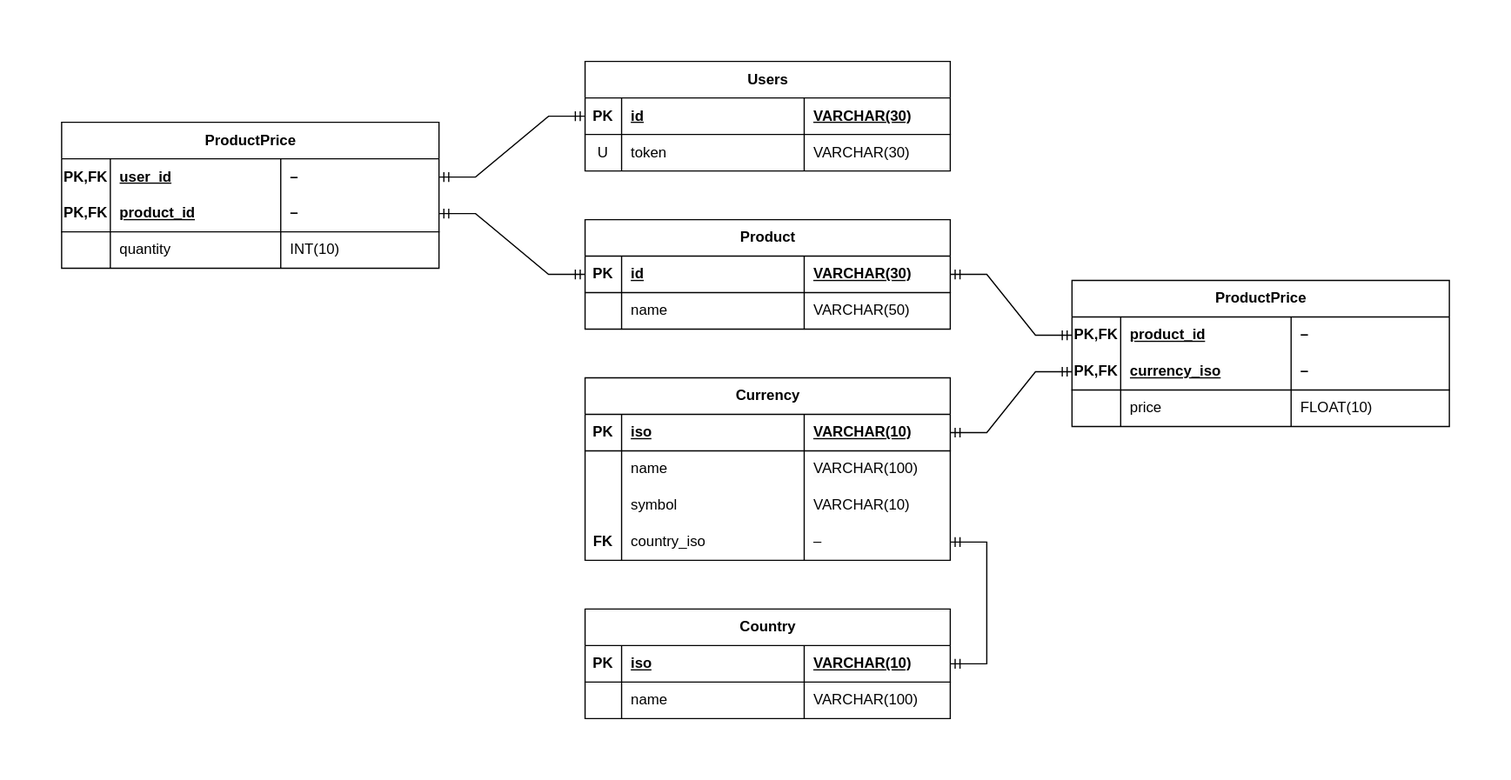
This is doc/resources/erd-database.drawio.svg from israel-meiresonne/e-shop-1-backend, a draw.io export, as it was before one commit. Source tidied: cells renumbered, new cells last; positions are measured from the earlier drawing's top-left corner, leaving out a move shared by most shapes.
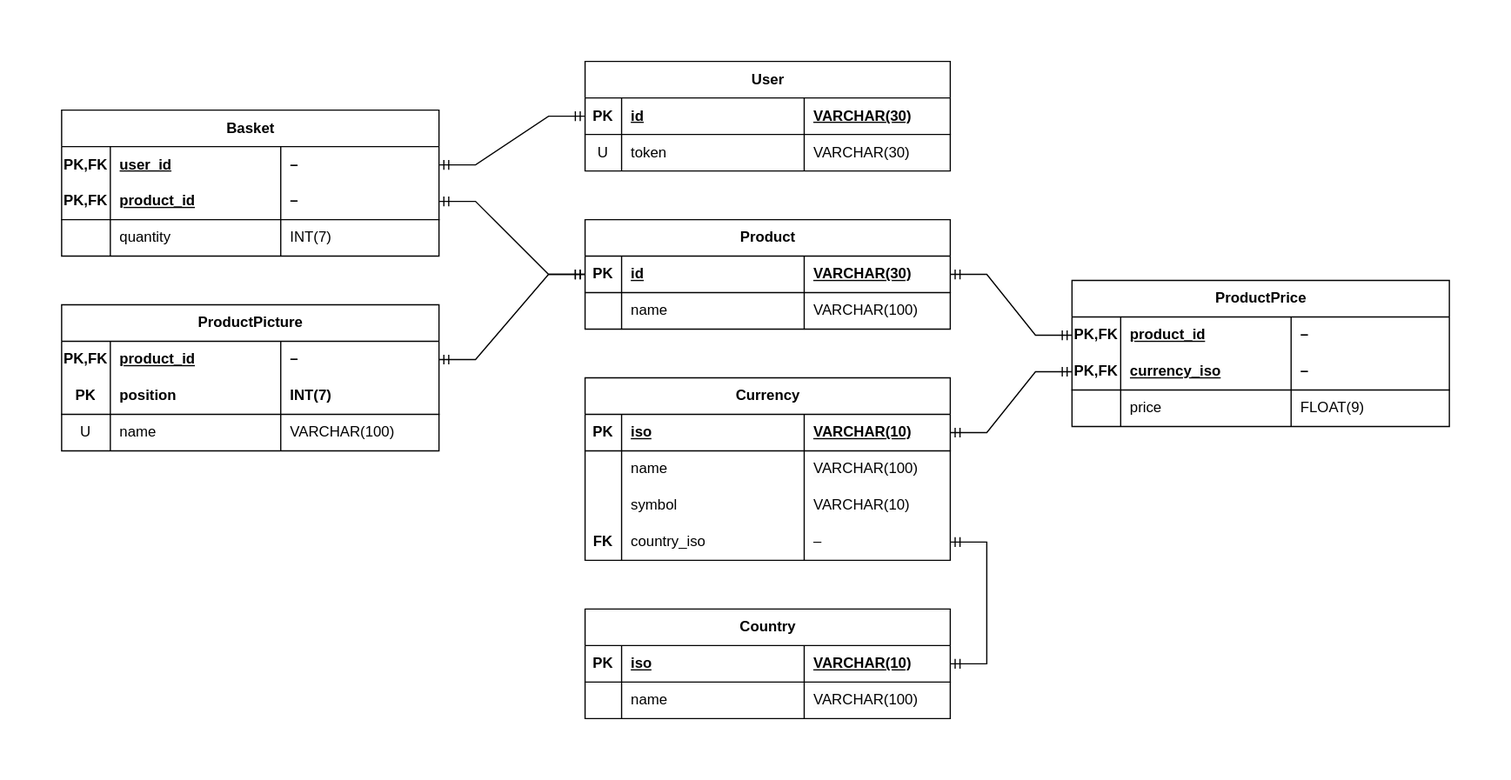
After the change.

Commit message:
doc: add picture for products in class and erd diagrams

The edit, as a diff of the source:
```diff
@@ -2,7 +2,7 @@
   <root>
     <mxCell id="0" />
     <mxCell id="1" parent="0" />
-    <mxCell id="2" value="Users" style="shape=table;startSize=30;rowLines=0;fontStyle=1;align=center;html=1;" parent="1" vertex="1">
+    <mxCell id="2" value="User" style="shape=table;startSize=30;rowLines=0;fontStyle=1;align=center;html=1;" parent="1" vertex="1">
       <mxGeometry x="430" width="300" height="90" as="geometry" />
     </mxCell>
     <mxCell id="3" style="shape=tableRow;horizontal=0;startSize=0;swimlaneHead=0;swimlaneBody=0;fillColor=none;points=[[0,0.5],[1,0.5]];portConstraint=eastwest;top=0;left=0;right=0;bottom=1;" parent="2" vertex="1">
@@ -53,7 +53,7 @@
     <mxCell id="18" value="name" style="shape=partialRectangle;fillColor=none;top=0;left=0;bottom=0;right=0;align=left;spacingLeft=6;overflow=hidden;whiteSpace=wrap;html=1;" parent="16" vertex="1">
       <mxGeometry x="30" width="150" height="30" as="geometry" />
     </mxCell>
-    <mxCell id="19" value="VARCHAR(50)" style="shape=partialRectangle;fillColor=none;top=0;left=0;bottom=0;right=0;align=left;spacingLeft=6;overflow=hidden;whiteSpace=wrap;html=1;" parent="16" vertex="1">
+    <mxCell id="19" value="VARCHAR(100)" style="shape=partialRectangle;fillColor=none;top=0;left=0;bottom=0;right=0;align=left;spacingLeft=6;overflow=hidden;whiteSpace=wrap;html=1;" parent="16" vertex="1">
       <mxGeometry x="180" width="120" height="30" as="geometry" />
     </mxCell>
     <mxCell id="20" value="Currency" style="shape=table;startSize=30;rowLines=0;fontStyle=1;align=center;html=1;" parent="1" vertex="1">
@@ -173,7 +173,7 @@
     <mxCell id="58" value="price" style="shape=partialRectangle;fillColor=none;top=0;left=0;bottom=0;right=0;align=left;spacingLeft=6;overflow=hidden;whiteSpace=wrap;html=1;" parent="56" vertex="1">
       <mxGeometry x="40" width="140" height="30" as="geometry" />
     </mxCell>
-    <mxCell id="59" value="FLOAT(10)" style="shape=partialRectangle;fillColor=none;top=0;left=0;bottom=0;right=0;align=left;spacingLeft=6;overflow=hidden;whiteSpace=wrap;html=1;" parent="56" vertex="1">
+    <mxCell id="59" value="FLOAT(9)" style="shape=partialRectangle;fillColor=none;top=0;left=0;bottom=0;right=0;align=left;spacingLeft=6;overflow=hidden;whiteSpace=wrap;html=1;" parent="56" vertex="1">
       <mxGeometry x="180" width="130" height="30" as="geometry" />
     </mxCell>
     <mxCell id="60" style="edgeStyle=entityRelationEdgeStyle;fontSize=12;html=1;endArrow=ERmandOne;startArrow=ERmandOne;rounded=0;" parent="1" edge="1" source="48" target="12">
@@ -182,8 +182,8 @@
     <mxCell id="61" style="edgeStyle=entityRelationEdgeStyle;fontSize=12;html=1;endArrow=ERmandOne;startArrow=ERmandOne;rounded=0;" parent="1" edge="1" source="52" target="21">
       <mxGeometry relative="1" as="geometry" />
     </mxCell>
-    <mxCell id="62" value="ProductPrice" style="shape=table;startSize=30;rowLines=0;fontStyle=1;align=center;html=1;" parent="1" vertex="1">
-      <mxGeometry y="50" width="310" height="120" as="geometry" />
+    <mxCell id="62" value="Basket" style="shape=table;startSize=30;rowLines=0;fontStyle=1;align=center;html=1;" parent="1" vertex="1">
+      <mxGeometry y="40" width="310" height="120" as="geometry" />
     </mxCell>
     <mxCell id="63" style="shape=tableRow;horizontal=0;startSize=0;swimlaneHead=0;swimlaneBody=0;fillColor=none;points=[[0,0.5],[1,0.5]];portConstraint=eastwest;top=0;left=0;right=0;bottom=0;strokeColor=default;swimlaneLine=1;" parent="62" vertex="1">
       <mxGeometry y="30" width="310" height="30" as="geometry" />
@@ -218,7 +218,7 @@
     <mxCell id="73" value="quantity" style="shape=partialRectangle;fillColor=none;top=0;left=0;bottom=0;right=0;align=left;spacingLeft=6;overflow=hidden;whiteSpace=wrap;html=1;" parent="71" vertex="1">
       <mxGeometry x="40" width="140" height="30" as="geometry" />
     </mxCell>
-    <mxCell id="74" value="INT(10)" style="shape=partialRectangle;fillColor=none;top=0;left=0;bottom=0;right=0;align=left;spacingLeft=6;overflow=hidden;whiteSpace=wrap;html=1;fontStyle=0;" parent="71" vertex="1">
+    <mxCell id="74" value="INT(7)" style="shape=partialRectangle;fillColor=none;top=0;left=0;bottom=0;right=0;align=left;spacingLeft=6;overflow=hidden;whiteSpace=wrap;html=1;fontStyle=0;" parent="71" vertex="1">
       <mxGeometry x="180" width="130" height="30" as="geometry" />
     </mxCell>
     <mxCell id="75" style="edgeStyle=entityRelationEdgeStyle;fontSize=12;html=1;endArrow=ERmandOne;startArrow=ERmandOne;rounded=0;" parent="1" edge="1" source="63" target="3">
@@ -227,5 +227,47 @@
     <mxCell id="76" style="edgeStyle=entityRelationEdgeStyle;fontSize=12;html=1;endArrow=ERmandOne;startArrow=ERmandOne;rounded=0;" parent="1" edge="1" source="67" target="12">
       <mxGeometry relative="1" as="geometry" />
     </mxCell>
+    <mxCell id="77" value="ProductPicture" style="shape=table;startSize=30;rowLines=0;fontStyle=1;align=center;html=1;" parent="1" vertex="1">
+      <mxGeometry y="200" width="310" height="120" as="geometry" />
+    </mxCell>
+    <mxCell id="78" style="shape=tableRow;horizontal=0;startSize=0;swimlaneHead=0;swimlaneBody=0;fillColor=none;points=[[0,0.5],[1,0.5]];portConstraint=eastwest;top=0;left=0;right=0;bottom=0;strokeColor=default;swimlaneLine=1;" parent="77" vertex="1">
+      <mxGeometry y="30" width="310" height="30" as="geometry" />
+    </mxCell>
+    <mxCell id="79" value="PK,FK" style="shape=partialRectangle;fillColor=none;top=0;left=0;bottom=0;right=0;fontStyle=1;overflow=hidden;whiteSpace=wrap;html=1;" parent="78" vertex="1">
+      <mxGeometry width="40" height="30" as="geometry" />
+    </mxCell>
+    <mxCell id="80" value="product_id" style="shape=partialRectangle;fillColor=none;top=0;left=0;bottom=0;right=0;align=left;spacingLeft=6;fontStyle=5;overflow=hidden;whiteSpace=wrap;html=1;" parent="78" vertex="1">
+      <mxGeometry x="40" width="140" height="30" as="geometry" />
+    </mxCell>
+    <mxCell id="81" value="–" style="shape=partialRectangle;fillColor=none;top=0;left=0;bottom=0;right=0;align=left;spacingLeft=6;fontStyle=1;overflow=hidden;whiteSpace=wrap;html=1;" parent="78" vertex="1">
+      <mxGeometry x="180" width="130" height="30" as="geometry" />
+    </mxCell>
+    <mxCell id="82" style="shape=tableRow;horizontal=0;startSize=0;swimlaneHead=0;swimlaneBody=0;fillColor=none;top=0;left=0;right=0;bottom=1;fontStyle=0;" parent="77" vertex="1">
+      <mxGeometry y="60" width="310" height="30" as="geometry" />
+    </mxCell>
+    <mxCell id="83" value="PK" style="shape=partialRectangle;fillColor=none;top=0;left=0;bottom=0;right=0;overflow=hidden;whiteSpace=wrap;html=1;fontStyle=1;" parent="82" vertex="1">
+      <mxGeometry width="40" height="30" as="geometry" />
+    </mxCell>
+    <mxCell id="84" value="position" style="shape=partialRectangle;fillColor=none;top=0;left=0;bottom=0;right=0;align=left;spacingLeft=6;overflow=hidden;whiteSpace=wrap;html=1;fontStyle=1;" parent="82" vertex="1">
+      <mxGeometry x="40" width="140" height="30" as="geometry" />
+    </mxCell>
+    <mxCell id="85" value="INT(7)" style="shape=partialRectangle;fillColor=none;top=0;left=0;bottom=0;right=0;align=left;spacingLeft=6;overflow=hidden;whiteSpace=wrap;html=1;fontStyle=1;" parent="82" vertex="1">
+      <mxGeometry x="180" width="130" height="30" as="geometry" />
+    </mxCell>
+    <mxCell id="86" style="shape=tableRow;horizontal=0;startSize=0;swimlaneHead=0;swimlaneBody=0;fillColor=none;top=0;left=0;right=0;bottom=0;fontStyle=0;" parent="77" vertex="1">
+      <mxGeometry y="90" width="310" height="30" as="geometry" />
+    </mxCell>
+    <mxCell id="87" value="U" style="shape=partialRectangle;fillColor=none;top=0;left=0;bottom=0;right=0;overflow=hidden;whiteSpace=wrap;html=1;fontStyle=0;" parent="86" vertex="1">
+      <mxGeometry width="40" height="30" as="geometry" />
+    </mxCell>
+    <mxCell id="88" value="name" style="shape=partialRectangle;fillColor=none;top=0;left=0;bottom=0;right=0;align=left;spacingLeft=6;overflow=hidden;whiteSpace=wrap;html=1;fontStyle=0;" parent="86" vertex="1">
+      <mxGeometry x="40" width="140" height="30" as="geometry" />
+    </mxCell>
+    <mxCell id="89" value="&lt;span style=&quot;font-weight: normal;&quot;&gt;VARCHAR(100)&lt;/span&gt;" style="shape=partialRectangle;fillColor=none;top=0;left=0;bottom=0;right=0;align=left;spacingLeft=6;overflow=hidden;whiteSpace=wrap;html=1;fontStyle=1;" parent="86" vertex="1">
+      <mxGeometry x="180" width="130" height="30" as="geometry" />
+    </mxCell>
+    <mxCell id="90" style="edgeStyle=entityRelationEdgeStyle;fontSize=12;html=1;endArrow=ERmandOne;startArrow=ERmandOne;rounded=0;" parent="1" edge="1" source="78" target="12">
+      <mxGeometry relative="1" as="geometry" />
+    </mxCell>
   </root>
 </mxGraphModel>
```
